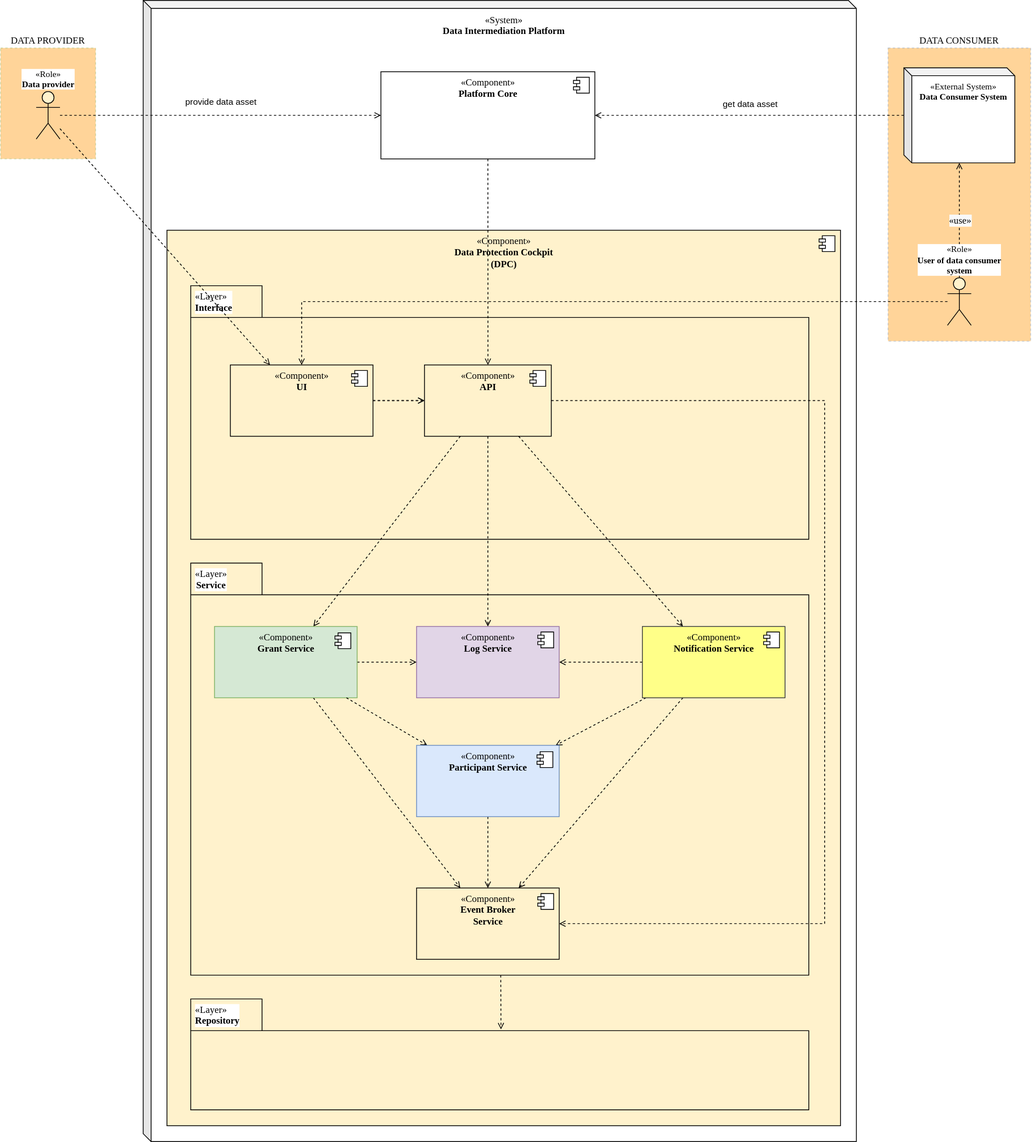
This is docs/Realisierung/Architekturkonzept/images/diagram_decomposition-layers-components.svg from Fraunhofer-IESE/Daccord, a draw.io export, as it was before one commit. Source tidied: cells renumbered, new cells last; positions are measured from the earlier drawing's top-left corner, leaving out a move shared by most shapes.
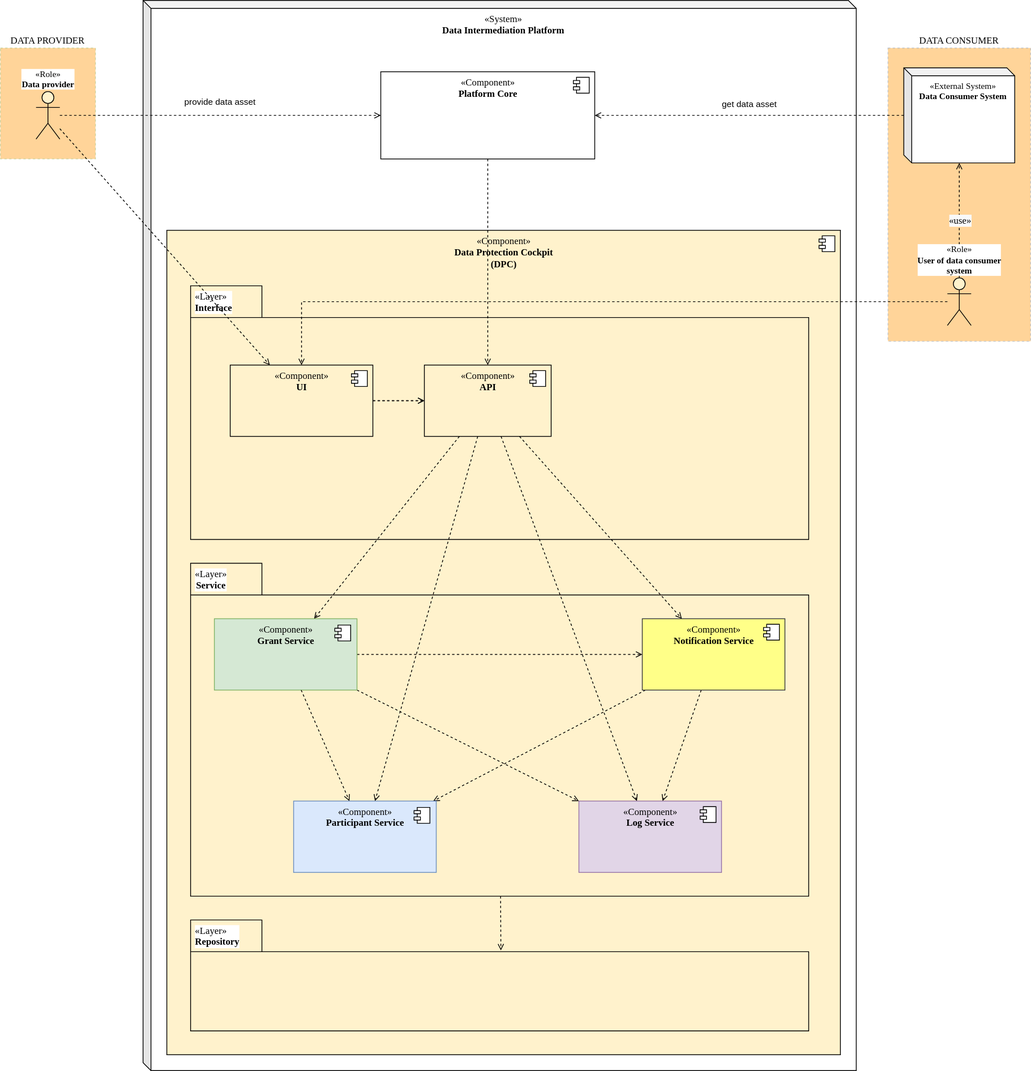
Later version of the same file.

Change to the diagram source:
```diff
@@ -5,3 +5,3 @@
     <mxCell id="2" value="&lt;font&gt;&lt;span class=&quot;char&quot;&gt;&lt;span class=&quot;vchar&quot; id=&quot;char-node&quot;&gt;«System&lt;/span&gt;&lt;/span&gt;&lt;span class=&quot;char&quot;&gt;&lt;span class=&quot;vchar&quot; id=&quot;char-node&quot;&gt;»&lt;br&gt;&lt;div&gt;&lt;b&gt;Data Intermediation Platform&lt;/b&gt;&lt;/div&gt;&lt;/span&gt;&lt;/span&gt;&lt;/font&gt;" style="shape=cube;whiteSpace=wrap;html=1;boundedLbl=1;backgroundOutline=1;darkOpacity=0.05;darkOpacity2=0.1;size=10;align=center;verticalAlign=top;fontFamily=Verdana;" parent="1" vertex="1">
-      <mxGeometry x="180" width="900" height="1440" as="geometry" />
+      <mxGeometry x="180" width="900" height="1350" as="geometry" />
     </mxCell>
@@ -14,3 +14,3 @@
     <mxCell id="5" value="&lt;font&gt;«Component»&lt;br&gt;&lt;b&gt;Data Protection Cockpit&lt;/b&gt;&lt;/font&gt;&lt;div&gt;&lt;font&gt;&lt;b&gt;(DPC)&lt;/b&gt;&lt;/font&gt;&lt;/div&gt;" style="html=1;verticalAlign=top;fillColor=#fff2cc;fontFamily=Verdana;" parent="1" vertex="1">
-      <mxGeometry x="210" y="290" width="850" height="1130" as="geometry" />
+      <mxGeometry x="210" y="290" width="850" height="1040" as="geometry" />
     </mxCell>
@@ -63,3 +63,3 @@
     </mxCell>
-    <mxCell id="19" style="edgeStyle=none;shape=connector;rounded=0;jettySize=auto;html=1;dashed=1;strokeColor=default;align=center;verticalAlign=middle;fontFamily=Helvetica;fontSize=11;fontColor=default;labelBackgroundColor=default;endArrow=open;endFill=0;entryX=0.502;entryY=0.274;entryDx=0;entryDy=0;entryPerimeter=0;" parent="1" edge="1" source="20" target="51">
+    <mxCell id="19" style="edgeStyle=none;shape=connector;rounded=0;jettySize=auto;html=1;dashed=1;strokeColor=default;align=center;verticalAlign=middle;fontFamily=Helvetica;fontSize=11;fontColor=default;labelBackgroundColor=default;endArrow=open;endFill=0;entryX=0.502;entryY=0.274;entryDx=0;entryDy=0;entryPerimeter=0;" parent="1" edge="1" source="20" target="47">
       <mxGeometry relative="1" as="geometry" />
@@ -67,11 +67,11 @@
     <mxCell id="20" value="&lt;span class=&quot;char&quot; style=&quot;font-weight: 400; text-align: center;&quot;&gt;&lt;span class=&quot;vchar&quot; id=&quot;char-node&quot;&gt;«Layer&lt;/span&gt;&lt;/span&gt;&lt;span class=&quot;char&quot; style=&quot;font-weight: 400; text-align: center;&quot;&gt;&lt;span class=&quot;vchar&quot; id=&quot;char-node&quot;&gt;»&lt;br&gt;&lt;div&gt;&lt;b&gt;Service&lt;/b&gt;&lt;/div&gt;&lt;/span&gt;&lt;/span&gt;" style="shape=folder;fontStyle=1;spacingTop=0;tabWidth=90;tabHeight=40;tabPosition=left;html=1;align=left;verticalAlign=top;labelPosition=center;verticalLabelPosition=middle;fontSize=12;fillColor=#fff2cc;fontFamily=Verdana;spacingLeft=4;fontColor=default;labelBackgroundColor=default;" parent="1" vertex="1">
-      <mxGeometry x="240" y="710" width="780" height="520" as="geometry" />
+      <mxGeometry x="240" y="710" width="780" height="420" as="geometry" />
     </mxCell>
-    <mxCell id="21" style="endArrow=open;html=1;fillColor=#f8cecc;fontFamily=Verdana;fontSize=12;endFill=0;dashed=1;rounded=0;strokeColor=#000000;align=center;verticalAlign=middle;fontColor=#ff0000;labelBackgroundColor=default;" parent="1" edge="1" source="46" target="28">
+    <mxCell id="21" style="endArrow=open;html=1;fillColor=#f8cecc;fontFamily=Verdana;fontSize=12;endFill=0;dashed=1;rounded=0;strokeColor=#000000;align=center;verticalAlign=middle;fontColor=#ff0000;labelBackgroundColor=default;" parent="1" edge="1" source="43" target="28">
       <mxGeometry relative="1" as="geometry" />
     </mxCell>
-    <mxCell id="22" style="endArrow=open;html=1;fillColor=#000000;fontFamily=Verdana;fontSize=12;endFill=0;dashed=1;rounded=0;strokeColor=default;align=center;verticalAlign=middle;fontColor=default;labelBackgroundColor=default;" parent="1" edge="1" source="14" target="46">
+    <mxCell id="22" style="endArrow=open;html=1;fillColor=#000000;fontFamily=Verdana;fontSize=12;endFill=0;dashed=1;rounded=0;strokeColor=default;align=center;verticalAlign=middle;fontColor=default;labelBackgroundColor=default;" parent="1" edge="1" source="14" target="43">
       <mxGeometry relative="1" as="geometry" />
     </mxCell>
-    <mxCell id="23" style="rounded=0;jettySize=auto;html=1;endArrow=open;endFill=0;dashed=1;" parent="1" edge="1" source="46" target="28">
+    <mxCell id="23" style="rounded=0;jettySize=auto;html=1;endArrow=open;endFill=0;dashed=1;" parent="1" edge="1" source="43" target="28">
       <mxGeometry relative="1" as="geometry" />
@@ -81,3 +81,3 @@
     </mxCell>
-    <mxCell id="25" style="edgeStyle=none;shape=connector;rounded=0;jettySize=auto;html=1;dashed=1;strokeColor=default;align=center;verticalAlign=middle;fontFamily=Helvetica;fontSize=11;fontColor=default;labelBackgroundColor=default;endArrow=open;endFill=0;" parent="1" edge="1" source="28" target="41">
+    <mxCell id="25" style="edgeStyle=none;shape=connector;rounded=0;jettySize=auto;html=1;dashed=1;strokeColor=default;align=center;verticalAlign=middle;fontFamily=Helvetica;fontSize=11;fontColor=default;labelBackgroundColor=default;endArrow=open;endFill=0;" parent="1" edge="1" source="28" target="38">
       <mxGeometry relative="1" as="geometry" />
@@ -87,9 +87,4 @@
     </mxCell>
-    <mxCell id="27" style="edgeStyle=orthogonalEdgeStyle;rounded=0;jettySize=auto;html=1;entryX=1;entryY=0.5;entryDx=0;entryDy=0;dashed=1;strokeColor=default;align=center;verticalAlign=middle;fontFamily=Helvetica;fontSize=11;fontColor=default;labelBackgroundColor=default;endArrow=open;endFill=0;" parent="1" edge="1" source="28" target="37">
-      <mxGeometry relative="1" as="geometry">
-        <Array as="points">
-          <mxPoint x="1040" y="505" />
-          <mxPoint x="1040" y="1165" />
-        </Array>
-      </mxGeometry>
+    <mxCell id="27" style="edgeStyle=none;shape=connector;rounded=0;jettySize=auto;html=1;dashed=1;strokeColor=default;align=center;verticalAlign=middle;fontFamily=Helvetica;fontSize=11;fontColor=default;labelBackgroundColor=default;endArrow=open;endFill=0;" parent="1" edge="1" source="28" target="45">
+      <mxGeometry relative="1" as="geometry" />
     </mxCell>
@@ -106,6 +101,6 @@
     </mxCell>
-    <mxCell id="31" style="edgeStyle=none;shape=connector;rounded=0;jettySize=auto;html=1;dashed=1;strokeColor=default;align=center;verticalAlign=middle;fontFamily=Helvetica;fontSize=11;fontColor=default;labelBackgroundColor=default;endArrow=open;endFill=0;" parent="1" edge="1" source="33" target="37">
+    <mxCell id="31" style="edgeStyle=none;shape=connector;rounded=0;jettySize=auto;html=1;dashed=1;strokeColor=default;align=center;verticalAlign=middle;fontFamily=Helvetica;fontSize=11;fontColor=default;labelBackgroundColor=default;endArrow=open;endFill=0;" parent="1" edge="1" source="33" target="45">
       <mxGeometry relative="1" as="geometry" />
     </mxCell>
-    <mxCell id="32" style="edgeStyle=none;shape=connector;rounded=0;jettySize=auto;html=1;dashed=1;strokeColor=default;align=center;verticalAlign=middle;fontFamily=Helvetica;fontSize=11;fontColor=default;labelBackgroundColor=default;endArrow=open;endFill=0;" parent="1" edge="1" source="33" target="49">
+    <mxCell id="32" style="edgeStyle=none;shape=connector;rounded=0;jettySize=auto;html=1;dashed=1;strokeColor=default;align=center;verticalAlign=middle;fontFamily=Helvetica;fontSize=11;fontColor=default;labelBackgroundColor=default;endArrow=open;endFill=0;" parent="1" edge="1" source="38" target="33">
       <mxGeometry relative="1" as="geometry" />
@@ -113,3 +108,3 @@
     <mxCell id="33" value="&lt;font&gt;«Component»&lt;br&gt;&lt;b&gt;Notification Service&lt;/b&gt;&lt;/font&gt;" style="html=1;verticalAlign=top;fillColor=#ffff88;fontFamily=Verdana;strokeColor=#36393d;" parent="1" vertex="1">
-      <mxGeometry x="810" y="790" width="180" height="90" as="geometry" />
+      <mxGeometry x="810" y="780" width="180" height="90" as="geometry" />
     </mxCell>
@@ -121,3 +116,3 @@
     <mxCell id="35" value="&lt;font&gt;«Component»&lt;br&gt;&lt;b&gt;Log Service&lt;/b&gt;&lt;/font&gt;" style="html=1;verticalAlign=top;fillColor=#e1d5e7;fontFamily=Verdana;strokeColor=#9673a6;" parent="1" vertex="1">
-      <mxGeometry x="525" y="790" width="180" height="90" as="geometry" />
+      <mxGeometry x="730" y="1010" width="180" height="90" as="geometry" />
     </mxCell>
@@ -128,64 +123,50 @@
     </mxCell>
-    <mxCell id="37" value="&lt;font&gt;«Component»&lt;br&gt;&lt;b&gt;Event Broker&lt;/b&gt;&lt;/font&gt;&lt;div&gt;&lt;b&gt;Service&lt;/b&gt;&lt;/div&gt;" style="html=1;verticalAlign=top;fillColor=#fff2cc;fontFamily=Verdana;" parent="1" vertex="1">
-      <mxGeometry x="525" y="1120" width="180" height="90" as="geometry" />
+    <mxCell id="37" style="edgeStyle=none;shape=connector;rounded=0;jettySize=auto;html=1;dashed=1;strokeColor=default;align=center;verticalAlign=middle;fontFamily=Helvetica;fontSize=11;fontColor=default;labelBackgroundColor=default;endArrow=open;endFill=0;" parent="1" edge="1" source="38" target="35">
+      <mxGeometry relative="1" as="geometry" />
     </mxCell>
-    <mxCell id="38" style="shape=component;jettyWidth=8;jettyHeight=4;fontFamily=Verdana;" parent="37" vertex="1">
-      <mxGeometry x="1" width="20" height="20" relative="1" as="geometry">
-        <mxPoint x="-27" y="7" as="offset" />
-      </mxGeometry>
+    <mxCell id="38" value="&lt;font&gt;«Component»&lt;br&gt;&lt;b&gt;Grant Service&lt;/b&gt;&lt;/font&gt;" style="html=1;verticalAlign=top;fillColor=#d5e8d4;fontFamily=Verdana;strokeColor=#82b366;" parent="1" vertex="1">
+      <mxGeometry x="270" y="780" width="180" height="90" as="geometry" />
     </mxCell>
-    <mxCell id="39" style="edgeStyle=none;shape=connector;rounded=0;jettySize=auto;html=1;dashed=1;strokeColor=default;align=center;verticalAlign=middle;fontFamily=Helvetica;fontSize=11;fontColor=default;labelBackgroundColor=default;endArrow=open;endFill=0;" parent="1" edge="1" source="41" target="35">
-      <mxGeometry relative="1" as="geometry" />
+    <mxCell id="39" style="shape=component;jettyWidth=8;jettyHeight=4;fontFamily=Verdana;" parent="38" vertex="1">
+      <mxGeometry x="1" width="20" height="20" relative="1" as="geometry">
+        <mxPoint x="-28" y="8" as="offset" />
+      </mxGeometry>
     </mxCell>
-    <mxCell id="40" style="edgeStyle=none;shape=connector;rounded=0;jettySize=auto;html=1;dashed=1;strokeColor=default;align=center;verticalAlign=middle;fontFamily=Helvetica;fontSize=11;fontColor=default;labelBackgroundColor=default;endArrow=open;endFill=0;" parent="1" edge="1" source="41" target="37">
-      <mxGeometry relative="1" as="geometry" />
+    <mxCell id="40" style="endArrow=open;html=1;fillColor=#000000;fontFamily=Verdana;fontSize=12;endFill=0;dashed=1;rounded=0;strokeColor=default;align=center;verticalAlign=middle;fontColor=default;labelBackgroundColor=default;edgeStyle=elbowEdgeStyle;elbow=vertical;" parent="1" edge="1" source="17" target="43">
+      <mxGeometry relative="1" as="geometry">
+        <Array as="points">
+          <mxPoint x="840" y="380" />
+        </Array>
+      </mxGeometry>
     </mxCell>
-    <mxCell id="41" value="&lt;font&gt;«Component»&lt;br&gt;&lt;b&gt;Grant Service&lt;/b&gt;&lt;/font&gt;" style="html=1;verticalAlign=top;fillColor=#d5e8d4;fontFamily=Verdana;strokeColor=#82b366;" parent="1" vertex="1">
-      <mxGeometry x="270" y="790" width="180" height="90" as="geometry" />
+    <mxCell id="41" style="endArrow=open;html=1;fillColor=#f8cecc;fontFamily=Verdana;fontSize=12;endFill=0;dashed=1;rounded=0;strokeColor=#000000;align=center;verticalAlign=middle;fontColor=#ff0000;labelBackgroundColor=default;edgeStyle=orthogonalEdgeStyle;exitX=0.5;exitY=1;exitDx=0;exitDy=0;" parent="1" edge="1" source="7" target="28">
+      <mxGeometry relative="1" as="geometry">
+        <Array as="points">
+          <mxPoint x="615" y="360" />
+          <mxPoint x="615" y="360" />
+        </Array>
+      </mxGeometry>
     </mxCell>
-    <mxCell id="42" style="shape=component;jettyWidth=8;jettyHeight=4;fontFamily=Verdana;" parent="41" vertex="1">
-      <mxGeometry x="1" width="20" height="20" relative="1" as="geometry">
-        <mxPoint x="-28" y="8" as="offset" />
-      </mxGeometry>
+    <mxCell id="42" style="edgeStyle=none;shape=connector;rounded=0;jettySize=auto;html=1;dashed=1;strokeColor=default;align=center;verticalAlign=middle;fontFamily=Helvetica;fontSize=11;fontColor=default;labelBackgroundColor=default;endArrow=open;endFill=0;" parent="1" edge="1" source="38" target="45">
+      <mxGeometry relative="1" as="geometry" />
     </mxCell>
-    <mxCell id="43" style="endArrow=open;html=1;fillColor=#000000;fontFamily=Verdana;fontSize=12;endFill=0;dashed=1;rounded=0;strokeColor=default;align=center;verticalAlign=middle;fontColor=default;labelBackgroundColor=default;edgeStyle=elbowEdgeStyle;elbow=vertical;" parent="1" edge="1" source="17" target="46">
-      <mxGeometry relative="1" as="geometry">
-        <Array as="points">
-          <mxPoint x="840" y="380" />
-        </Array>
-      </mxGeometry>
+    <mxCell id="43" value="&lt;font&gt;«Component»&lt;br&gt;&lt;b&gt;UI&lt;/b&gt;&lt;/font&gt;" style="html=1;verticalAlign=top;fillColor=#fff2cc;fontFamily=Verdana;" parent="1" vertex="1">
+      <mxGeometry x="290" y="460" width="180" height="90" as="geometry" />
     </mxCell>
-    <mxCell id="44" style="endArrow=open;html=1;fillColor=#f8cecc;fontFamily=Verdana;fontSize=12;endFill=0;dashed=1;rounded=0;strokeColor=#000000;align=center;verticalAlign=middle;fontColor=#ff0000;labelBackgroundColor=default;edgeStyle=orthogonalEdgeStyle;exitX=0.5;exitY=1;exitDx=0;exitDy=0;" parent="1" edge="1" source="7" target="28">
-      <mxGeometry relative="1" as="geometry">
-        <Array as="points">
-          <mxPoint x="615" y="360" />
-          <mxPoint x="615" y="360" />
-        </Array>
+    <mxCell id="44" style="shape=component;jettyWidth=8;jettyHeight=4;fontFamily=Verdana;" parent="43" vertex="1">
+      <mxGeometry x="1" width="20" height="20" relative="1" as="geometry">
+        <mxPoint x="-27" y="7" as="offset" />
       </mxGeometry>
     </mxCell>
-    <mxCell id="45" style="edgeStyle=none;shape=connector;rounded=0;jettySize=auto;html=1;dashed=1;strokeColor=default;align=center;verticalAlign=middle;fontFamily=Helvetica;fontSize=11;fontColor=default;labelBackgroundColor=default;endArrow=open;endFill=0;" parent="1" edge="1" source="41" target="49">
-      <mxGeometry relative="1" as="geometry" />
+    <mxCell id="45" value="&lt;font&gt;«Component»&lt;br&gt;&lt;b&gt;Participant Service&lt;/b&gt;&lt;/font&gt;" style="html=1;verticalAlign=top;fillColor=#dae8fc;fontFamily=Verdana;strokeColor=#6c8ebf;" parent="1" vertex="1">
+      <mxGeometry x="370" y="1010" width="180" height="90" as="geometry" />
     </mxCell>
-    <mxCell id="46" value="&lt;font&gt;«Component»&lt;br&gt;&lt;b&gt;UI&lt;/b&gt;&lt;/font&gt;" style="html=1;verticalAlign=top;fillColor=#fff2cc;fontFamily=Verdana;" parent="1" vertex="1">
-      <mxGeometry x="290" y="460" width="180" height="90" as="geometry" />
+    <mxCell id="46" style="shape=component;jettyWidth=8;jettyHeight=4;fontFamily=Verdana;" parent="45" vertex="1">
+      <mxGeometry x="1" width="20" height="20" relative="1" as="geometry">
+        <mxPoint x="-28" y="8" as="offset" />
+      </mxGeometry>
     </mxCell>
-    <mxCell id="47" style="shape=component;jettyWidth=8;jettyHeight=4;fontFamily=Verdana;" parent="46" vertex="1">
-      <mxGeometry x="1" width="20" height="20" relative="1" as="geometry">
-        <mxPoint x="-27" y="7" as="offset" />
-      </mxGeometry>
+    <mxCell id="47" value="&lt;span class=&quot;char&quot; style=&quot;font-weight: 400; text-align: center;&quot;&gt;&lt;span class=&quot;vchar&quot; id=&quot;char-node&quot;&gt;«Layer&lt;/span&gt;&lt;/span&gt;&lt;span class=&quot;char&quot; style=&quot;font-weight: 400; text-align: center;&quot;&gt;&lt;span class=&quot;vchar&quot; id=&quot;char-node&quot;&gt;»&lt;br&gt;&lt;div&gt;&lt;b&gt;Repository&lt;/b&gt;&lt;/div&gt;&lt;/span&gt;&lt;/span&gt;" style="shape=folder;fontStyle=1;spacingTop=0;tabWidth=90;tabHeight=40;tabPosition=left;html=1;align=left;verticalAlign=top;labelPosition=center;verticalLabelPosition=middle;fontSize=12;fillColor=#fff2cc;fontFamily=Verdana;spacingLeft=4;fontColor=default;labelBackgroundColor=default;" parent="1" vertex="1">
+      <mxGeometry x="240" y="1160" width="780" height="140" as="geometry" />
     </mxCell>
-    <mxCell id="48" style="edgeStyle=none;shape=connector;rounded=0;jettySize=auto;html=1;dashed=1;strokeColor=default;align=center;verticalAlign=middle;fontFamily=Helvetica;fontSize=11;fontColor=default;labelBackgroundColor=default;endArrow=open;endFill=0;" parent="1" edge="1" source="49" target="37">
-      <mxGeometry relative="1" as="geometry" />
-    </mxCell>
-    <mxCell id="49" value="&lt;font&gt;«Component»&lt;br&gt;&lt;b&gt;Participant Service&lt;/b&gt;&lt;/font&gt;" style="html=1;verticalAlign=top;fillColor=#dae8fc;fontFamily=Verdana;strokeColor=#6c8ebf;" parent="1" vertex="1">
-      <mxGeometry x="525" y="940" width="180" height="90" as="geometry" />
-    </mxCell>
-    <mxCell id="50" style="shape=component;jettyWidth=8;jettyHeight=4;fontFamily=Verdana;" parent="49" vertex="1">
-      <mxGeometry x="1" width="20" height="20" relative="1" as="geometry">
-        <mxPoint x="-28" y="8" as="offset" />
-      </mxGeometry>
-    </mxCell>
-    <mxCell id="51" value="&lt;span class=&quot;char&quot; style=&quot;font-weight: 400; text-align: center;&quot;&gt;&lt;span class=&quot;vchar&quot; id=&quot;char-node&quot;&gt;«Layer&lt;/span&gt;&lt;/span&gt;&lt;span class=&quot;char&quot; style=&quot;font-weight: 400; text-align: center;&quot;&gt;&lt;span class=&quot;vchar&quot; id=&quot;char-node&quot;&gt;»&lt;br&gt;&lt;div&gt;&lt;b&gt;Repository&lt;/b&gt;&lt;/div&gt;&lt;/span&gt;&lt;/span&gt;" style="shape=folder;fontStyle=1;spacingTop=0;tabWidth=90;tabHeight=40;tabPosition=left;html=1;align=left;verticalAlign=top;labelPosition=center;verticalLabelPosition=middle;fontSize=12;fillColor=#fff2cc;fontFamily=Verdana;spacingLeft=4;fontColor=default;labelBackgroundColor=default;" parent="1" vertex="1">
-      <mxGeometry x="240" y="1260" width="780" height="140" as="geometry" />
-    </mxCell>
   </root>
```
